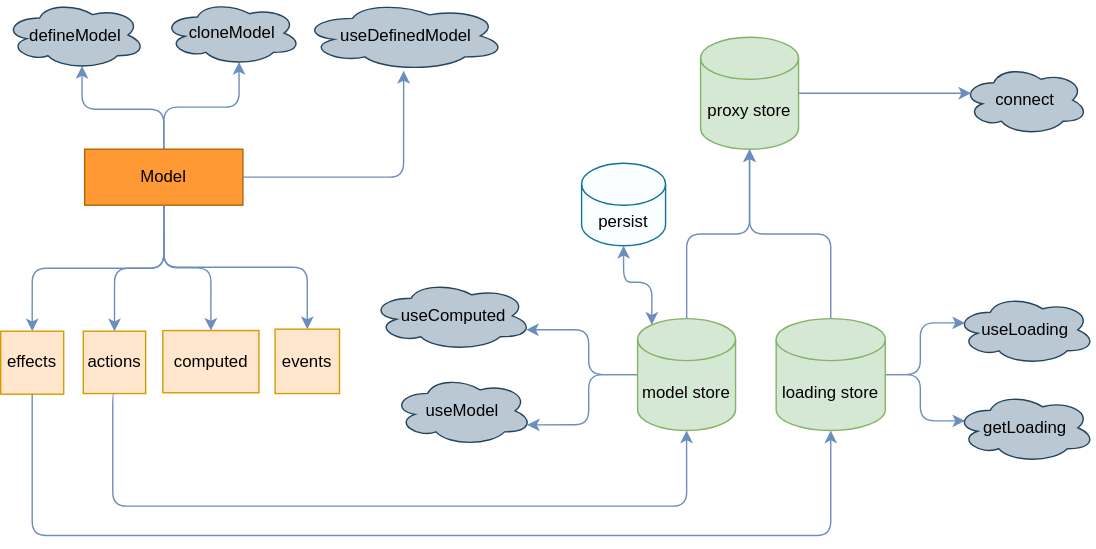
foca-js/foca keeps this draw.io diagram as docs/mindMap.svg. Above is the earlier version. Source tidied: cells renumbered, new cells last; positions are measured from the earlier drawing's top-left corner, leaving out a move shared by most shapes. Its diagram source:
```xml
<mxGraphModel>
  <root>
    <mxCell id="0" />
    <mxCell id="1" parent="0" />
    <mxCell id="2" style="edgeStyle=orthogonalEdgeStyle;rounded=1;jettySize=auto;html=1;entryX=0.5;entryY=1;entryDx=0;entryDy=0;entryPerimeter=0;exitX=0.5;exitY=1;exitDx=0;exitDy=0;fillColor=#dae8fc;strokeColor=#6c8ebf;" parent="1" edge="1" source="3" target="22">
      <mxGeometry relative="1" as="geometry">
        <Array as="points">
          <mxPoint x="80" y="361" />
          <mxPoint x="490" y="361" />
        </Array>
      </mxGeometry>
    </mxCell>
    <mxCell id="3" value="actions" style="whiteSpace=wrap;html=1;fillColor=#ffe6cc;strokeColor=#d79b00;" parent="1" vertex="1">
      <mxGeometry x="59" y="236" width="44.5" height="44.5" as="geometry" />
    </mxCell>
    <mxCell id="4" style="edgeStyle=orthogonalEdgeStyle;rounded=1;jettySize=auto;html=1;exitX=0.5;exitY=0;exitDx=0;exitDy=0;entryX=0.55;entryY=0.95;entryDx=0;entryDy=0;entryPerimeter=0;fillColor=#dae8fc;strokeColor=#6c8ebf;" parent="1" edge="1" source="10" target="28">
      <mxGeometry relative="1" as="geometry" />
    </mxCell>
    <mxCell id="5" style="edgeStyle=orthogonalEdgeStyle;rounded=1;jettySize=auto;html=1;entryX=0.55;entryY=0.95;entryDx=0;entryDy=0;entryPerimeter=0;fillColor=#dae8fc;strokeColor=#6c8ebf;" parent="1" edge="1" source="10" target="29">
      <mxGeometry relative="1" as="geometry" />
    </mxCell>
    <mxCell id="6" style="edgeStyle=orthogonalEdgeStyle;rounded=1;jettySize=auto;html=1;entryX=0.5;entryY=0;entryDx=0;entryDy=0;fillColor=#dae8fc;strokeColor=#6c8ebf;" parent="1" edge="1" source="10" target="3">
      <mxGeometry relative="1" as="geometry" />
    </mxCell>
    <mxCell id="7" style="edgeStyle=orthogonalEdgeStyle;rounded=1;jettySize=auto;html=1;entryX=0.5;entryY=0;entryDx=0;entryDy=0;exitX=0.5;exitY=1;exitDx=0;exitDy=0;fillColor=#dae8fc;strokeColor=#6c8ebf;" parent="1" edge="1" source="10" target="11">
      <mxGeometry relative="1" as="geometry" />
    </mxCell>
    <mxCell id="8" style="edgeStyle=orthogonalEdgeStyle;rounded=1;jettySize=auto;html=1;entryX=0.5;entryY=0;entryDx=0;entryDy=0;exitX=0.5;exitY=1;exitDx=0;exitDy=0;fillColor=#dae8fc;strokeColor=#6c8ebf;" parent="1" edge="1" source="10" target="12">
      <mxGeometry relative="1" as="geometry" />
    </mxCell>
    <mxCell id="9" style="edgeStyle=orthogonalEdgeStyle;jettySize=auto;html=1;rounded=1;fillColor=#dae8fc;strokeColor=#6c8ebf;" parent="1" edge="1" source="10" target="35">
      <mxGeometry relative="1" as="geometry" />
    </mxCell>
    <mxCell id="10" value="Model" style="rounded=0;whiteSpace=wrap;html=1;fillColor=#FF9933;strokeColor=#b46504;shadow=0;" parent="1" vertex="1">
      <mxGeometry x="60" y="106" width="113" height="40" as="geometry" />
    </mxCell>
    <mxCell id="11" value="effects" style="whiteSpace=wrap;html=1;fillColor=#ffe6cc;strokeColor=#d79b00;" parent="1" vertex="1">
      <mxGeometry y="236" width="45" height="45" as="geometry" />
    </mxCell>
    <mxCell id="12" value="events" style="whiteSpace=wrap;html=1;fillColor=#ffe6cc;strokeColor=#d79b00;" parent="1" vertex="1">
      <mxGeometry x="196" y="234.5" width="46" height="46" as="geometry" />
    </mxCell>
    <mxCell id="13" value="connect" style="ellipse;shape=cloud;whiteSpace=wrap;html=1;shadow=0;fillColor=#bac8d3;strokeColor=#23445d;" parent="1" vertex="1">
      <mxGeometry x="687" y="46" width="90" height="50" as="geometry" />
    </mxCell>
    <mxCell id="14" value="useLoading" style="ellipse;shape=cloud;whiteSpace=wrap;html=1;shadow=0;strokeColor=#23445d;fillColor=#bac8d3;" parent="1" vertex="1">
      <mxGeometry x="682" y="210" width="100" height="50" as="geometry" />
    </mxCell>
    <mxCell id="15" style="edgeStyle=orthogonalEdgeStyle;rounded=1;jettySize=auto;html=1;entryX=0.07;entryY=0.4;entryDx=0;entryDy=0;entryPerimeter=0;fillColor=#dae8fc;strokeColor=#6c8ebf;" parent="1" edge="1" source="18" target="24">
      <mxGeometry relative="1" as="geometry">
        <Array as="points">
          <mxPoint x="657" y="267" />
          <mxPoint x="657" y="300" />
          <mxPoint x="689" y="300" />
        </Array>
      </mxGeometry>
    </mxCell>
    <mxCell id="16" style="edgeStyle=orthogonalEdgeStyle;rounded=1;jettySize=auto;html=1;entryX=0.07;entryY=0.4;entryDx=0;entryDy=0;entryPerimeter=0;fillColor=#dae8fc;strokeColor=#6c8ebf;" parent="1" edge="1" source="18" target="14">
      <mxGeometry relative="1" as="geometry">
        <Array as="points">
          <mxPoint x="657" y="267" />
          <mxPoint x="657" y="230" />
          <mxPoint x="689" y="230" />
        </Array>
      </mxGeometry>
    </mxCell>
    <mxCell id="17" style="edgeStyle=orthogonalEdgeStyle;rounded=1;jettySize=auto;html=1;fillColor=#dae8fc;strokeColor=#6c8ebf;" parent="1" edge="1" source="18" target="23">
      <mxGeometry relative="1" as="geometry" />
    </mxCell>
    <mxCell id="18" value="loading store" style="shape=cylinder3;whiteSpace=wrap;html=1;boundedLbl=1;backgroundOutline=1;size=15;shadow=0;strokeColor=#82b366;fillColor=#d5e8d4;" parent="1" vertex="1">
      <mxGeometry x="554" y="227" width="78" height="80" as="geometry" />
    </mxCell>
    <mxCell id="19" style="edgeStyle=orthogonalEdgeStyle;rounded=1;jettySize=auto;html=1;fillColor=#dae8fc;strokeColor=#6c8ebf;" parent="1" edge="1" source="22" target="23">
      <mxGeometry relative="1" as="geometry" />
    </mxCell>
    <mxCell id="20" style="edgeStyle=orthogonalEdgeStyle;rounded=1;jettySize=auto;html=1;fillColor=#dae8fc;strokeColor=#6c8ebf;entryX=0.96;entryY=0.7;entryDx=0;entryDy=0;entryPerimeter=0;" parent="1" edge="1" source="22" target="25">
      <mxGeometry relative="1" as="geometry">
        <Array as="points">
          <mxPoint x="420" y="267" />
          <mxPoint x="420" y="303" />
        </Array>
      </mxGeometry>
    </mxCell>
    <mxCell id="21" style="edgeStyle=orthogonalEdgeStyle;rounded=1;jettySize=auto;html=1;entryX=0.96;entryY=0.7;entryDx=0;entryDy=0;entryPerimeter=0;fillColor=#dae8fc;strokeColor=#6c8ebf;" parent="1" edge="1" source="22" target="33">
      <mxGeometry relative="1" as="geometry">
        <Array as="points">
          <mxPoint x="420" y="267" />
          <mxPoint x="420" y="235" />
        </Array>
      </mxGeometry>
    </mxCell>
    <mxCell id="22" value="model store" style="shape=cylinder3;whiteSpace=wrap;html=1;boundedLbl=1;backgroundOutline=1;size=15;shadow=0;strokeColor=#82b366;fillColor=#d5e8d4;" parent="1" vertex="1">
      <mxGeometry x="455" y="227" width="70" height="80" as="geometry" />
    </mxCell>
    <mxCell id="23" value="proxy store" style="shape=cylinder3;whiteSpace=wrap;html=1;boundedLbl=1;backgroundOutline=1;size=15;shadow=0;strokeColor=#82b366;fillColor=#d5e8d4;" parent="1" vertex="1">
      <mxGeometry x="500" y="26" width="70" height="80" as="geometry" />
    </mxCell>
    <mxCell id="24" value="getLoading" style="ellipse;shape=cloud;whiteSpace=wrap;html=1;shadow=0;strokeColor=#23445d;fillColor=#bac8d3;" parent="1" vertex="1">
      <mxGeometry x="682" y="280" width="100" height="50" as="geometry" />
    </mxCell>
    <mxCell id="25" value="useModel" style="ellipse;shape=cloud;whiteSpace=wrap;html=1;shadow=0;strokeColor=#23445d;fillColor=#bac8d3;" parent="1" vertex="1">
      <mxGeometry x="280" y="267.9" width="100" height="50" as="geometry" />
    </mxCell>
    <mxCell id="26" style="edgeStyle=elbowEdgeStyle;elbow=horizontal;endArrow=classic;html=1;rounded=1;exitX=0.5;exitY=1;exitDx=0;exitDy=0;entryX=0.5;entryY=1;entryDx=0;entryDy=0;entryPerimeter=0;fillColor=#dae8fc;strokeColor=#6c8ebf;" parent="1" edge="1" source="11" target="18">
      <mxGeometry relative="1" as="geometry">
        <Array as="points">
          <mxPoint x="326" y="382" />
        </Array>
      </mxGeometry>
    </mxCell>
    <mxCell id="27" style="endArrow=classic;html=1;rounded=1;entryX=0.07;entryY=0.4;entryDx=0;entryDy=0;entryPerimeter=0;exitX=1;exitY=0.5;exitDx=0;exitDy=0;exitPerimeter=0;fillColor=#dae8fc;strokeColor=#6c8ebf;" parent="1" edge="1" source="23" target="13">
      <mxGeometry relative="1" as="geometry" />
    </mxCell>
    <mxCell id="28" value="defineModel" style="ellipse;shape=cloud;whiteSpace=wrap;html=1;fillColor=#bac8d3;rounded=0;shadow=0;strokeColor=#23445d;" parent="1" vertex="1">
      <mxGeometry x="2.5" width="101" height="49" as="geometry" />
    </mxCell>
    <mxCell id="29" value="cloneModel" style="ellipse;shape=cloud;whiteSpace=wrap;html=1;fillColor=#bac8d3;strokeColor=#23445d;" parent="1" vertex="1">
      <mxGeometry x="115.8" width="99" height="46" as="geometry" />
    </mxCell>
    <mxCell id="30" value="persist" style="shape=cylinder3;whiteSpace=wrap;html=1;boundedLbl=1;backgroundOutline=1;size=15;fillColor=#FAFEFF;strokeColor=#10739e;sketch=0;" parent="1" vertex="1">
      <mxGeometry x="415" y="116" width="60" height="59" as="geometry" />
    </mxCell>
    <mxCell id="31" style="edgeStyle=orthogonalEdgeStyle;rounded=1;jettySize=auto;html=1;exitX=0.5;exitY=1;exitDx=0;exitDy=0;entryX=0.5;entryY=0;entryDx=0;entryDy=0;fillColor=#dae8fc;strokeColor=#6c8ebf;" parent="1" edge="1" source="10" target="32">
      <mxGeometry relative="1" as="geometry" />
    </mxCell>
    <mxCell id="32" value="computed&lt;br&gt;" style="whiteSpace=wrap;html=1;fillColor=#ffe6cc;strokeColor=#d79b00;" parent="1" vertex="1">
      <mxGeometry x="115.8" y="235.5" width="68.7" height="44.5" as="geometry" />
    </mxCell>
    <mxCell id="33" value="&amp;nbsp;useComputed" style="ellipse;shape=cloud;whiteSpace=wrap;html=1;shadow=0;strokeColor=#23445d;fillColor=#bac8d3;" parent="1" vertex="1">
      <mxGeometry x="264.2" y="200" width="115.8" height="50" as="geometry" />
    </mxCell>
    <mxCell id="34" style="endArrow=classic;startArrow=classic;html=1;rounded=1;edgeStyle=orthogonalEdgeStyle;entryX=0.5;entryY=1;entryDx=0;entryDy=0;entryPerimeter=0;exitX=0.145;exitY=0;exitDx=0;exitDy=4.35;exitPerimeter=0;fillColor=#dae8fc;strokeColor=#6c8ebf;" parent="1" edge="1" source="22" target="30">
      <mxGeometry relative="1" as="geometry" />
    </mxCell>
    <mxCell id="35" value="&amp;nbsp;useDefinedModel" style="ellipse;shape=cloud;whiteSpace=wrap;html=1;fillColor=#bac8d3;strokeColor=#23445d;" parent="1" vertex="1">
      <mxGeometry x="214.8" width="146.1" height="50" as="geometry" />
    </mxCell>
  </root>
</mxGraphModel>
```
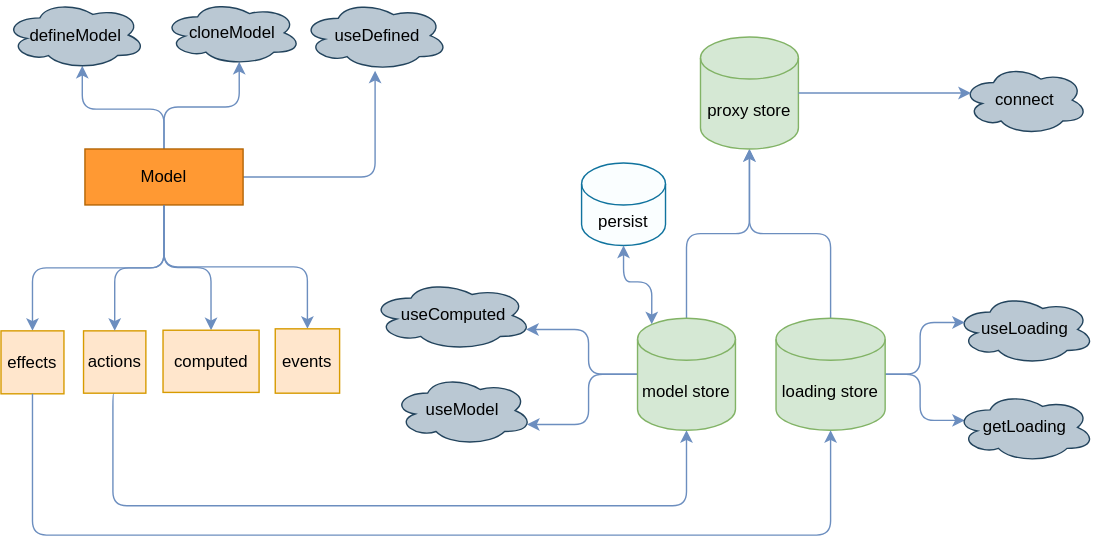
After the change.

Commit message:
refactor: rename useDefinedModel to useDefined

The edit, as a diff of the source:
```diff
@@ -132,8 +132,8 @@
     <mxCell id="34" style="endArrow=classic;startArrow=classic;html=1;rounded=1;edgeStyle=orthogonalEdgeStyle;entryX=0.5;entryY=1;entryDx=0;entryDy=0;entryPerimeter=0;exitX=0.145;exitY=0;exitDx=0;exitDy=4.35;exitPerimeter=0;fillColor=#dae8fc;strokeColor=#6c8ebf;" parent="1" edge="1" source="22" target="30">
       <mxGeometry relative="1" as="geometry" />
     </mxCell>
-    <mxCell id="35" value="&amp;nbsp;useDefinedModel" style="ellipse;shape=cloud;whiteSpace=wrap;html=1;fillColor=#bac8d3;strokeColor=#23445d;" parent="1" vertex="1">
-      <mxGeometry x="214.8" width="146.1" height="50" as="geometry" />
+    <mxCell id="35" value="&amp;nbsp;useDefined&lt;br&gt;" style="ellipse;shape=cloud;whiteSpace=wrap;html=1;fillColor=#bac8d3;strokeColor=#23445d;" parent="1" vertex="1">
+      <mxGeometry x="214.8" width="105.2" height="50" as="geometry" />
     </mxCell>
   </root>
 </mxGraphModel>
```
